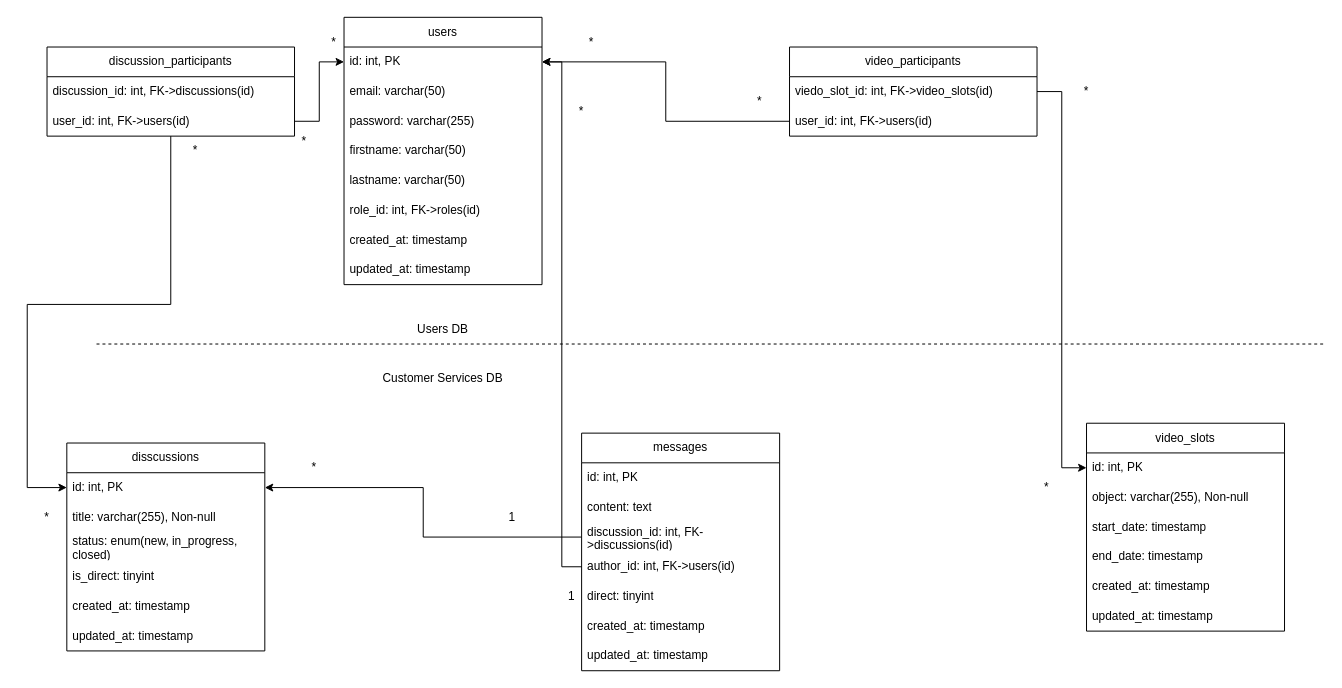
Before: MS_goelocations.drawio in TBERT31/P13-YourCarYourWay_MessageApp_JavaAngular, a draw.io diagram. Source tidied: cells renumbered, new cells numbered last; positions are measured from the earlier drawing's top-left corner, leaving out a move shared by most shapes. Both pictures are drawn from the tidied source at 99%, with x=0, y=0 at pixel (17, 17).
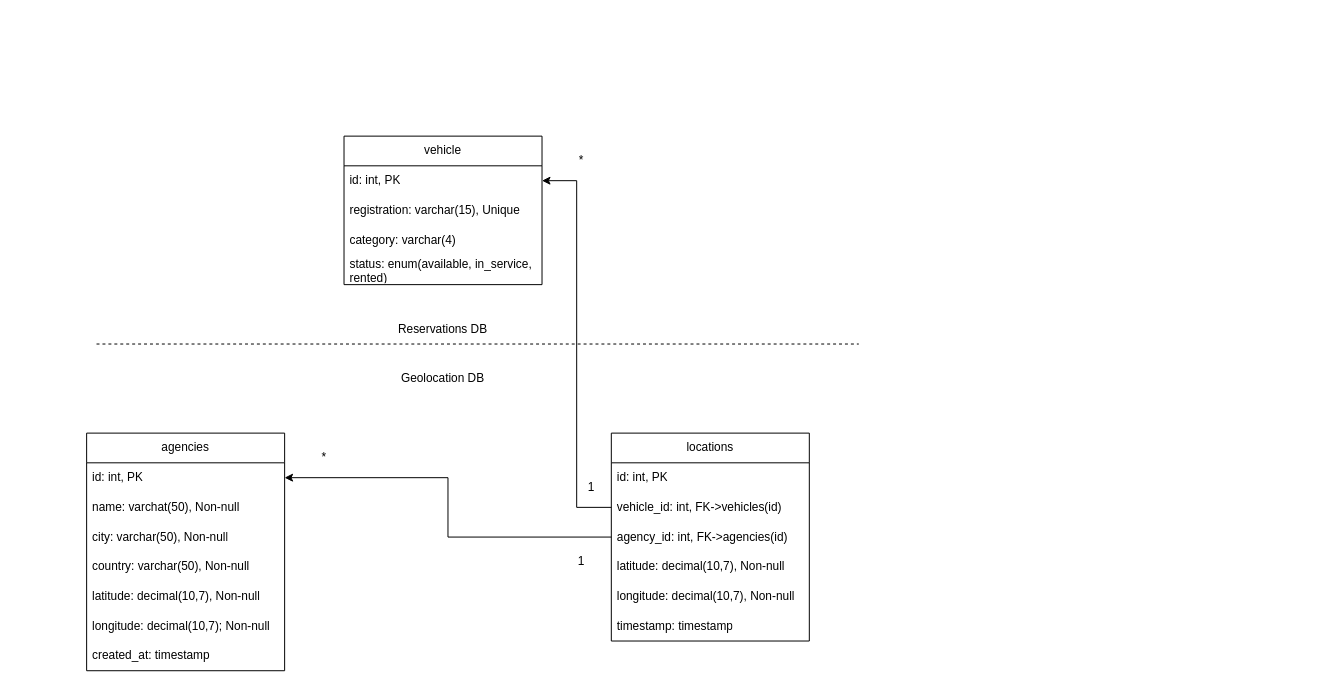
The same diagram, later.

Commit message:
Mettre à jour MS_goelocations.drawio

Unchanged cells that the change refers to:
```xml
<mxCell id="4" value="id: int, PK" style="text;strokeColor=none;fillColor=none;align=left;verticalAlign=middle;spacingLeft=4;spacingRight=4;overflow=hidden;points=[[0,0.5],[1,0.5]];portConstraint=eastwest;whiteSpace=wrap;html=1;" parent="3" vertex="1">
  <mxGeometry y="30" width="200" height="30" as="geometry" />
</mxCell>
<mxCell id="15" value="id: int, PK" style="text;strokeColor=none;fillColor=none;align=left;verticalAlign=middle;spacingLeft=4;spacingRight=4;overflow=hidden;points=[[0,0.5],[1,0.5]];portConstraint=eastwest;whiteSpace=wrap;html=1;" parent="14" vertex="1">
  <mxGeometry y="30" width="200" height="30" as="geometry" />
</mxCell>
```

What changed in the source:
```diff
@@
     <mxCell id="2" style="endArrow=none;dashed=1;html=1;rounded=0;" parent="1" edge="1">
       <mxGeometry relative="1" as="geometry">
         <mxPoint x="80" y="330" as="sourcePoint" />
-        <mxPoint x="1320" y="330" as="targetPoint" />
+        <mxPoint x="850" y="330" as="targetPoint" />
       </mxGeometry>
     </mxCell>
-    <mxCell id="3" value="users" style="swimlane;fontStyle=0;horizontal=1;startSize=30;whiteSpace=wrap;html=1;direction=east;" parent="1" vertex="1">
-      <mxGeometry x="330" width="200" height="270" as="geometry" />
+    <mxCell id="3" value="vehicle" style="swimlane;fontStyle=0;horizontal=1;startSize=30;whiteSpace=wrap;html=1;direction=east;" parent="1" vertex="1">
+      <mxGeometry x="330" y="120" width="200" height="150" as="geometry" />
     </mxCell>
@@
-    <mxCell id="5" value="email: varchar(50)" style="text;strokeColor=none;fillColor=none;align=left;verticalAlign=middle;spacingLeft=4;spacingRight=4;overflow=hidden;whiteSpace=wrap;html=1;" parent="3" vertex="1">
+    <mxCell id="5" value="registration: varchar(15), Unique" style="text;strokeColor=none;fillColor=none;align=left;verticalAlign=middle;spacingLeft=4;spacingRight=4;overflow=hidden;whiteSpace=wrap;html=1;" parent="3" vertex="1">
       <mxGeometry y="60" width="200" height="30" as="geometry" />
     </mxCell>
-    <mxCell id="6" value="password: varchar(255)" style="text;strokeColor=none;fillColor=none;align=left;verticalAlign=middle;spacingLeft=4;spacingRight=4;overflow=hidden;whiteSpace=wrap;html=1;" parent="3" vertex="1">
+    <mxCell id="6" value="category: varchar(4)" style="text;strokeColor=none;fillColor=none;align=left;verticalAlign=middle;spacingLeft=4;spacingRight=4;overflow=hidden;whiteSpace=wrap;html=1;" parent="3" vertex="1">
       <mxGeometry y="90" width="200" height="30" as="geometry" />
     </mxCell>
-    <mxCell id="7" value="firstname: varchar(50)" style="text;strokeColor=none;fillColor=none;align=left;verticalAlign=middle;spacingLeft=4;spacingRight=4;overflow=hidden;whiteSpace=wrap;html=1;" parent="3" vertex="1">
+    <mxCell id="7" value="status: enum(available, in_service, rented)" style="text;strokeColor=none;fillColor=none;align=left;verticalAlign=middle;spacingLeft=4;spacingRight=4;overflow=hidden;whiteSpace=wrap;html=1;" parent="3" vertex="1">
       <mxGeometry y="120" width="200" height="30" as="geometry" />
     </mxCell>
-    <mxCell id="8" value="lastname: varchar(50)" style="text;strokeColor=none;fillColor=none;align=left;verticalAlign=middle;spacingLeft=4;spacingRight=4;overflow=hidden;whiteSpace=wrap;html=1;" parent="3" vertex="1">
-      <mxGeometry y="150" width="200" height="30" as="geometry" />
-    </mxCell>
-    <mxCell id="9" value="role_id: int, FK-&amp;gt;roles(id)" style="text;strokeColor=none;fillColor=none;align=left;verticalAlign=middle;spacingLeft=4;spacingRight=4;overflow=hidden;whiteSpace=wrap;html=1;" parent="3" vertex="1">
-      <mxGeometry y="180" width="200" height="30" as="geometry" />
-    </mxCell>
-    <mxCell id="10" value="created_at: timestamp" style="text;strokeColor=none;fillColor=none;align=left;verticalAlign=middle;spacingLeft=4;spacingRight=4;overflow=hidden;whiteSpace=wrap;html=1;" parent="3" vertex="1">
-      <mxGeometry y="210" width="200" height="30" as="geometry" />
-    </mxCell>
-    <mxCell id="11" value="updated_at: timestamp" style="text;strokeColor=none;fillColor=none;align=left;verticalAlign=middle;spacingLeft=4;spacingRight=4;overflow=hidden;whiteSpace=wrap;html=1;" parent="3" vertex="1">
-      <mxGeometry y="240" width="200" height="30" as="geometry" />
-    </mxCell>
-    <mxCell id="12" value="Customer Services DB" style="text;html=1;align=center;verticalAlign=middle;whiteSpace=wrap;rounded=0;" parent="1" vertex="1">
+    <mxCell id="12" value="Geolocation DB" style="text;html=1;align=center;verticalAlign=middle;whiteSpace=wrap;rounded=0;" parent="1" vertex="1">
       <mxGeometry x="350" y="350" width="160" height="30" as="geometry" />
     </mxCell>
-    <mxCell id="13" value="Users DB" style="text;html=1;align=center;verticalAlign=middle;whiteSpace=wrap;rounded=0;" parent="1" vertex="1">
+    <mxCell id="13" value="Reservations DB" style="text;html=1;align=center;verticalAlign=middle;whiteSpace=wrap;rounded=0;" parent="1" vertex="1">
       <mxGeometry x="380" y="300" width="100" height="30" as="geometry" />
     </mxCell>
-    <mxCell id="14" value="disscussions" style="swimlane;fontStyle=0;horizontal=1;startSize=30;whiteSpace=wrap;html=1;direction=east;" parent="1" vertex="1">
-      <mxGeometry x="50" y="430" width="200" height="210" as="geometry" />
+    <mxCell id="14" value="agencies" style="swimlane;fontStyle=0;horizontal=1;startSize=30;whiteSpace=wrap;html=1;direction=east;" parent="1" vertex="1">
+      <mxGeometry x="70" y="420" width="200" height="240" as="geometry" />
     </mxCell>
@@
-    <mxCell id="16" value="title: varchar(255), Non-null" style="text;strokeColor=none;fillColor=none;align=left;verticalAlign=middle;spacingLeft=4;spacingRight=4;overflow=hidden;whiteSpace=wrap;html=1;" parent="14" vertex="1">
+    <mxCell id="16" value="name: varchat(50), Non-null" style="text;strokeColor=none;fillColor=none;align=left;verticalAlign=middle;spacingLeft=4;spacingRight=4;overflow=hidden;whiteSpace=wrap;html=1;" parent="14" vertex="1">
       <mxGeometry y="60" width="200" height="30" as="geometry" />
     </mxCell>
-    <mxCell id="17" value="status: enum(new, in_progress, closed)" style="text;strokeColor=none;fillColor=none;align=left;verticalAlign=middle;spacingLeft=4;spacingRight=4;overflow=hidden;whiteSpace=wrap;html=1;" parent="14" vertex="1">
+    <mxCell id="17" value="city: varchar(50), Non-null" style="text;strokeColor=none;fillColor=none;align=left;verticalAlign=middle;spacingLeft=4;spacingRight=4;overflow=hidden;whiteSpace=wrap;html=1;" parent="14" vertex="1">
       <mxGeometry y="90" width="200" height="30" as="geometry" />
     </mxCell>
-    <mxCell id="18" value="is_direct: tinyint" style="text;strokeColor=none;fillColor=none;align=left;verticalAlign=middle;spacingLeft=4;spacingRight=4;overflow=hidden;whiteSpace=wrap;html=1;" parent="14" vertex="1">
+    <mxCell id="18" value="country: varchar(50), Non-null" style="text;strokeColor=none;fillColor=none;align=left;verticalAlign=middle;spacingLeft=4;spacingRight=4;overflow=hidden;whiteSpace=wrap;html=1;" parent="14" vertex="1">
       <mxGeometry y="120" width="200" height="30" as="geometry" />
     </mxCell>
-    <mxCell id="19" value="created_at: timestamp" style="text;strokeColor=none;fillColor=none;align=left;verticalAlign=middle;spacingLeft=4;spacingRight=4;overflow=hidden;whiteSpace=wrap;html=1;" parent="14" vertex="1">
+    <mxCell id="19" value="latitude: decimal(10,7), Non-null" style="text;strokeColor=none;fillColor=none;align=left;verticalAlign=middle;spacingLeft=4;spacingRight=4;overflow=hidden;whiteSpace=wrap;html=1;" parent="14" vertex="1">
       <mxGeometry y="150" width="200" height="30" as="geometry" />
     </mxCell>
-    <mxCell id="20" value="updated_at: timestamp" style="text;strokeColor=none;fillColor=none;align=left;verticalAlign=middle;spacingLeft=4;spacingRight=4;overflow=hidden;whiteSpace=wrap;html=1;" parent="14" vertex="1">
+    <mxCell id="20" value="longitude: decimal(10,7); Non-null" style="text;strokeColor=none;fillColor=none;align=left;verticalAlign=middle;spacingLeft=4;spacingRight=4;overflow=hidden;whiteSpace=wrap;html=1;" parent="14" vertex="1">
       <mxGeometry y="180" width="200" height="30" as="geometry" />
     </mxCell>
+    <mxCell id="10" value="created_at: timestamp" style="text;strokeColor=none;fillColor=none;align=left;verticalAlign=middle;spacingLeft=4;spacingRight=4;overflow=hidden;whiteSpace=wrap;html=1;" parent="14" vertex="1">
+      <mxGeometry y="210" width="200" height="30" as="geometry" />
+    </mxCell>
-    <mxCell id="21" value="messages" style="swimlane;fontStyle=0;horizontal=1;startSize=30;whiteSpace=wrap;html=1;direction=east;" parent="1" vertex="1">
-      <mxGeometry x="570" y="420" width="200" height="240" as="geometry" />
+    <mxCell id="21" value="locations" style="swimlane;fontStyle=0;horizontal=1;startSize=30;whiteSpace=wrap;html=1;direction=east;" parent="1" vertex="1">
+      <mxGeometry x="600" y="420" width="200" height="210" as="geometry" />
     </mxCell>
@@
+    <mxCell id="24" value="vehicle_id: int, FK-&amp;gt;vehicles(id)" style="text;strokeColor=none;fillColor=none;align=left;verticalAlign=middle;spacingLeft=4;spacingRight=4;overflow=hidden;points=[[0,0.5],[1,0.5]];portConstraint=eastwest;whiteSpace=wrap;html=1;" parent="21" vertex="1">
+      <mxGeometry y="60" width="200" height="30" as="geometry" />
+    </mxCell>
-    <mxCell id="23" value="content: text" style="text;strokeColor=none;fillColor=none;align=left;verticalAlign=middle;spacingLeft=4;spacingRight=4;overflow=hidden;points=[[0,0.5],[1,0.5]];portConstraint=eastwest;whiteSpace=wrap;html=1;" parent="21" vertex="1">
-      <mxGeometry y="60" width="200" height="30" as="geometry" />
+    <mxCell id="23" value="agency_id: int, FK-&amp;gt;agencies(id)" style="text;strokeColor=none;fillColor=none;align=left;verticalAlign=middle;spacingLeft=4;spacingRight=4;overflow=hidden;points=[[0,0.5],[1,0.5]];portConstraint=eastwest;whiteSpace=wrap;html=1;" parent="21" vertex="1">
+      <mxGeometry y="90" width="200" height="30" as="geometry" />
     </mxCell>
-    <mxCell id="24" value="discussion_id: int, FK-&amp;gt;discussions(id)" style="text;strokeColor=none;fillColor=none;align=left;verticalAlign=middle;spacingLeft=4;spacingRight=4;overflow=hidden;points=[[0,0.5],[1,0.5]];portConstraint=eastwest;whiteSpace=wrap;html=1;" parent="21" vertex="1">
-      <mxGeometry y="90" width="200" height="30" as="geometry" />
-    </mxCell>
-    <mxCell id="25" value="author_id: int, FK-&amp;gt;users(id)" style="text;strokeColor=none;fillColor=none;align=left;verticalAlign=middle;spacingLeft=4;spacingRight=4;overflow=hidden;points=[[0,0.5],[1,0.5]];portConstraint=eastwest;whiteSpace=wrap;html=1;" parent="21" vertex="1">
+    <mxCell id="25" value="latitude: decimal(10,7), Non-null" style="text;strokeColor=none;fillColor=none;align=left;verticalAlign=middle;spacingLeft=4;spacingRight=4;overflow=hidden;points=[[0,0.5],[1,0.5]];portConstraint=eastwest;whiteSpace=wrap;html=1;" parent="21" vertex="1">
       <mxGeometry y="120" width="200" height="30" as="geometry" />
     </mxCell>
-    <mxCell id="26" value="direct: tinyint" style="text;strokeColor=none;fillColor=none;align=left;verticalAlign=middle;spacingLeft=4;spacingRight=4;overflow=hidden;whiteSpace=wrap;html=1;" parent="21" vertex="1">
+    <mxCell id="26" value="longitude: decimal(10,7), Non-null" style="text;strokeColor=none;fillColor=none;align=left;verticalAlign=middle;spacingLeft=4;spacingRight=4;overflow=hidden;whiteSpace=wrap;html=1;" parent="21" vertex="1">
       <mxGeometry y="150" width="200" height="30" as="geometry" />
     </mxCell>
-    <mxCell id="27" value="created_at: timestamp" style="text;strokeColor=none;fillColor=none;align=left;verticalAlign=middle;spacingLeft=4;spacingRight=4;overflow=hidden;whiteSpace=wrap;html=1;" parent="21" vertex="1">
+    <mxCell id="27" value="timestamp: timestamp" style="text;strokeColor=none;fillColor=none;align=left;verticalAlign=middle;spacingLeft=4;spacingRight=4;overflow=hidden;whiteSpace=wrap;html=1;" parent="21" vertex="1">
       <mxGeometry y="180" width="200" height="30" as="geometry" />
     </mxCell>
-    <mxCell id="28" value="updated_at: timestamp" style="text;strokeColor=none;fillColor=none;align=left;verticalAlign=middle;spacingLeft=4;spacingRight=4;overflow=hidden;whiteSpace=wrap;html=1;" parent="21" vertex="1">
-      <mxGeometry y="210" width="200" height="30" as="geometry" />
-    </mxCell>
-    <mxCell id="29" value="video_slots" style="swimlane;fontStyle=0;horizontal=1;startSize=30;whiteSpace=wrap;html=1;direction=east;" parent="1" vertex="1">
-      <mxGeometry x="1080" y="410" width="200" height="210" as="geometry" />
-    </mxCell>
-    <mxCell id="30" value="id: int, PK" style="text;strokeColor=none;fillColor=none;align=left;verticalAlign=middle;spacingLeft=4;spacingRight=4;overflow=hidden;points=[[0,0.5],[1,0.5]];portConstraint=eastwest;whiteSpace=wrap;html=1;" parent="29" vertex="1">
-      <mxGeometry y="30" width="200" height="30" as="geometry" />
-    </mxCell>
-    <mxCell id="31" value="object: varchar(255), Non-null" style="text;strokeColor=none;fillColor=none;align=left;verticalAlign=middle;spacingLeft=4;spacingRight=4;overflow=hidden;whiteSpace=wrap;html=1;" parent="29" vertex="1">
-      <mxGeometry y="60" width="200" height="30" as="geometry" />
-    </mxCell>
-    <mxCell id="32" value="start_date: timestamp" style="text;strokeColor=none;fillColor=none;align=left;verticalAlign=middle;spacingLeft=4;spacingRight=4;overflow=hidden;whiteSpace=wrap;html=1;" parent="29" vertex="1">
-      <mxGeometry y="90" width="200" height="30" as="geometry" />
-    </mxCell>
-    <mxCell id="33" value="end_date: timestamp" style="text;strokeColor=none;fillColor=none;align=left;verticalAlign=middle;spacingLeft=4;spacingRight=4;overflow=hidden;whiteSpace=wrap;html=1;" parent="29" vertex="1">
-      <mxGeometry y="120" width="200" height="30" as="geometry" />
-    </mxCell>
-    <mxCell id="34" value="created_at: timestamp" style="text;strokeColor=none;fillColor=none;align=left;verticalAlign=middle;spacingLeft=4;spacingRight=4;overflow=hidden;whiteSpace=wrap;html=1;" parent="29" vertex="1">
-      <mxGeometry y="150" width="200" height="30" as="geometry" />
-    </mxCell>
-    <mxCell id="35" value="updated_at: timestamp" style="text;strokeColor=none;fillColor=none;align=left;verticalAlign=middle;spacingLeft=4;spacingRight=4;overflow=hidden;whiteSpace=wrap;html=1;" parent="29" vertex="1">
-      <mxGeometry y="180" width="200" height="30" as="geometry" />
-    </mxCell>
-    <mxCell id="36" style="edgeStyle=orthogonalEdgeStyle;rounded=0;jettySize=auto;html=1;entryX=1;entryY=0.5;entryDx=0;entryDy=0;" parent="1" edge="1" source="25" target="4">
-      <mxGeometry relative="1" as="geometry" />
-    </mxCell>
-    <mxCell id="37" value="*" style="text;html=1;align=center;verticalAlign=middle;whiteSpace=wrap;rounded=0;" parent="1" vertex="1">
-      <mxGeometry x="540" y="80" width="60" height="30" as="geometry" />
-    </mxCell>
-    <mxCell id="38" value="1" style="text;html=1;align=center;verticalAlign=middle;whiteSpace=wrap;rounded=0;" parent="1" vertex="1">
-      <mxGeometry x="530" y="570" width="60" height="30" as="geometry" />
-    </mxCell>
-    <mxCell id="39" value="video_participants" style="swimlane;fontStyle=0;horizontal=1;startSize=30;whiteSpace=wrap;html=1;direction=east;" parent="1" vertex="1">
-      <mxGeometry x="780" y="30" width="250" height="90" as="geometry" />
-    </mxCell>
-    <mxCell id="40" value="viedo_slot_id: int, FK-&amp;gt;video_slots(id)" style="text;strokeColor=none;fillColor=none;align=left;verticalAlign=middle;spacingLeft=4;spacingRight=4;overflow=hidden;points=[[0,0.5],[1,0.5]];portConstraint=eastwest;whiteSpace=wrap;html=1;" parent="39" vertex="1">
-      <mxGeometry y="30" width="250" height="30" as="geometry" />
-    </mxCell>
-    <mxCell id="41" value="user_id: int, FK-&amp;gt;users(id)" style="text;strokeColor=none;fillColor=none;align=left;verticalAlign=middle;spacingLeft=4;spacingRight=4;overflow=hidden;points=[[0,0.5],[1,0.5]];portConstraint=eastwest;whiteSpace=wrap;html=1;" parent="39" vertex="1">
-      <mxGeometry y="60" width="250" height="30" as="geometry" />
-    </mxCell>
-    <mxCell id="42" style="edgeStyle=orthogonalEdgeStyle;rounded=0;jettySize=auto;html=1;entryX=0;entryY=0.5;entryDx=0;entryDy=0;" parent="1" edge="1" source="40" target="30">
-      <mxGeometry relative="1" as="geometry" />
-    </mxCell>
-    <mxCell id="43" style="edgeStyle=orthogonalEdgeStyle;rounded=0;jettySize=auto;html=1;entryX=1;entryY=0.5;entryDx=0;entryDy=0;" parent="1" edge="1" source="41" target="4">
-      <mxGeometry relative="1" as="geometry" />
-    </mxCell>
-    <mxCell id="44" value="*" style="text;html=1;align=center;verticalAlign=middle;whiteSpace=wrap;rounded=0;" parent="1" vertex="1">
-      <mxGeometry x="550" y="10" width="60" height="30" as="geometry" />
-    </mxCell>
-    <mxCell id="45" value="*" style="text;html=1;align=center;verticalAlign=middle;whiteSpace=wrap;rounded=0;" parent="1" vertex="1">
-      <mxGeometry x="1010" y="460" width="60" height="30" as="geometry" />
-    </mxCell>
-    <mxCell id="46" style="edgeStyle=orthogonalEdgeStyle;rounded=0;jettySize=auto;html=1;entryX=0;entryY=0.5;entryDx=0;entryDy=0;" parent="1" edge="1" source="47" target="15">
-      <mxGeometry relative="1" as="geometry" />
-    </mxCell>
-    <mxCell id="47" value="discussion_participants" style="swimlane;fontStyle=0;horizontal=1;startSize=30;whiteSpace=wrap;html=1;direction=east;" parent="1" vertex="1">
-      <mxGeometry x="30" y="30" width="250" height="90" as="geometry" />
-    </mxCell>
-    <mxCell id="48" value="discussion_id: int, FK-&amp;gt;discussions(id)" style="text;strokeColor=none;fillColor=none;align=left;verticalAlign=middle;spacingLeft=4;spacingRight=4;overflow=hidden;whiteSpace=wrap;html=1;" parent="47" vertex="1">
-      <mxGeometry y="30" width="250" height="30" as="geometry" />
-    </mxCell>
-    <mxCell id="49" value="user_id: int, FK-&amp;gt;users(id)" style="text;strokeColor=none;fillColor=none;align=left;verticalAlign=middle;spacingLeft=4;spacingRight=4;overflow=hidden;points=[[0,0.5],[1,0.5]];portConstraint=eastwest;whiteSpace=wrap;html=1;" parent="47" vertex="1">
-      <mxGeometry y="60" width="250" height="30" as="geometry" />
-    </mxCell>
-    <mxCell id="50" value="*" style="text;html=1;align=center;verticalAlign=middle;whiteSpace=wrap;rounded=0;" parent="1" vertex="1">
-      <mxGeometry x="150" y="120" width="60" height="30" as="geometry" />
-    </mxCell>
-    <mxCell id="51" value="*" style="text;html=1;align=center;verticalAlign=middle;whiteSpace=wrap;rounded=0;" parent="1" vertex="1">
-      <mxGeometry x="290" y="10" width="60" height="30" as="geometry" />
-    </mxCell>
-    <mxCell id="52" style="edgeStyle=orthogonalEdgeStyle;rounded=0;jettySize=auto;html=1;entryX=0;entryY=0.5;entryDx=0;entryDy=0;" parent="1" edge="1" source="49" target="4">
-      <mxGeometry relative="1" as="geometry" />
-    </mxCell>
-    <mxCell id="53" value="*" style="text;html=1;align=center;verticalAlign=middle;whiteSpace=wrap;rounded=0;" parent="1" vertex="1">
-      <mxGeometry y="490" width="60" height="30" as="geometry" />
-    </mxCell>
-    <mxCell id="54" value="*" style="text;html=1;align=center;verticalAlign=middle;whiteSpace=wrap;rounded=0;" parent="1" vertex="1">
-      <mxGeometry x="260" y="110" width="60" height="30" as="geometry" />
-    </mxCell>
-    <mxCell id="55" value="*" style="text;html=1;align=center;verticalAlign=middle;whiteSpace=wrap;rounded=0;" parent="1" vertex="1">
-      <mxGeometry x="720" y="70" width="60" height="30" as="geometry" />
-    </mxCell>
-    <mxCell id="56" value="*" style="text;html=1;align=center;verticalAlign=middle;whiteSpace=wrap;rounded=0;" parent="1" vertex="1">
-      <mxGeometry x="1050" y="60" width="60" height="30" as="geometry" />
-    </mxCell>
-    <mxCell id="57" style="edgeStyle=orthogonalEdgeStyle;rounded=0;jettySize=auto;html=1;entryX=1;entryY=0.5;entryDx=0;entryDy=0;" parent="1" edge="1" source="24" target="15">
-      <mxGeometry relative="1" as="geometry" />
-    </mxCell>
-    <mxCell id="58" value="1" style="text;html=1;align=center;verticalAlign=middle;whiteSpace=wrap;rounded=0;" parent="1" vertex="1">
-      <mxGeometry x="470" y="490" width="60" height="30" as="geometry" />
-    </mxCell>
-    <mxCell id="59" value="*" style="text;html=1;align=center;verticalAlign=middle;whiteSpace=wrap;rounded=0;" parent="1" vertex="1">
-      <mxGeometry x="270" y="440" width="60" height="30" as="geometry" />
-    </mxCell>
+    <mxCell id="60" style="edgeStyle=orthogonalEdgeStyle;rounded=0;jettySize=auto;html=1;entryX=1;entryY=0.5;entryDx=0;entryDy=0;" parent="1" edge="1" source="24" target="4">
+      <mxGeometry relative="1" as="geometry" />
+    </mxCell>
+    <mxCell id="61" style="edgeStyle=orthogonalEdgeStyle;rounded=0;jettySize=auto;html=1;entryX=1;entryY=0.5;entryDx=0;entryDy=0;" parent="1" edge="1" source="23" target="15">
+      <mxGeometry relative="1" as="geometry" />
+    </mxCell>
+    <mxCell id="62" value="1" style="text;html=1;align=center;verticalAlign=middle;whiteSpace=wrap;rounded=0;" parent="1" vertex="1">
+      <mxGeometry x="550" y="460" width="60" height="30" as="geometry" />
+    </mxCell>
+    <mxCell id="63" value="*" style="text;html=1;align=center;verticalAlign=middle;whiteSpace=wrap;rounded=0;" parent="1" vertex="1">
+      <mxGeometry x="540" y="130" width="60" height="30" as="geometry" />
+    </mxCell>
+    <mxCell id="64" value="*" style="text;html=1;align=center;verticalAlign=middle;whiteSpace=wrap;rounded=0;" parent="1" vertex="1">
+      <mxGeometry x="280" y="430" width="60" height="30" as="geometry" />
+    </mxCell>
+    <mxCell id="65" value="1" style="text;html=1;align=center;verticalAlign=middle;whiteSpace=wrap;rounded=0;" parent="1" vertex="1">
+      <mxGeometry x="540" y="535" width="60" height="30" as="geometry" />
+    </mxCell>
```
